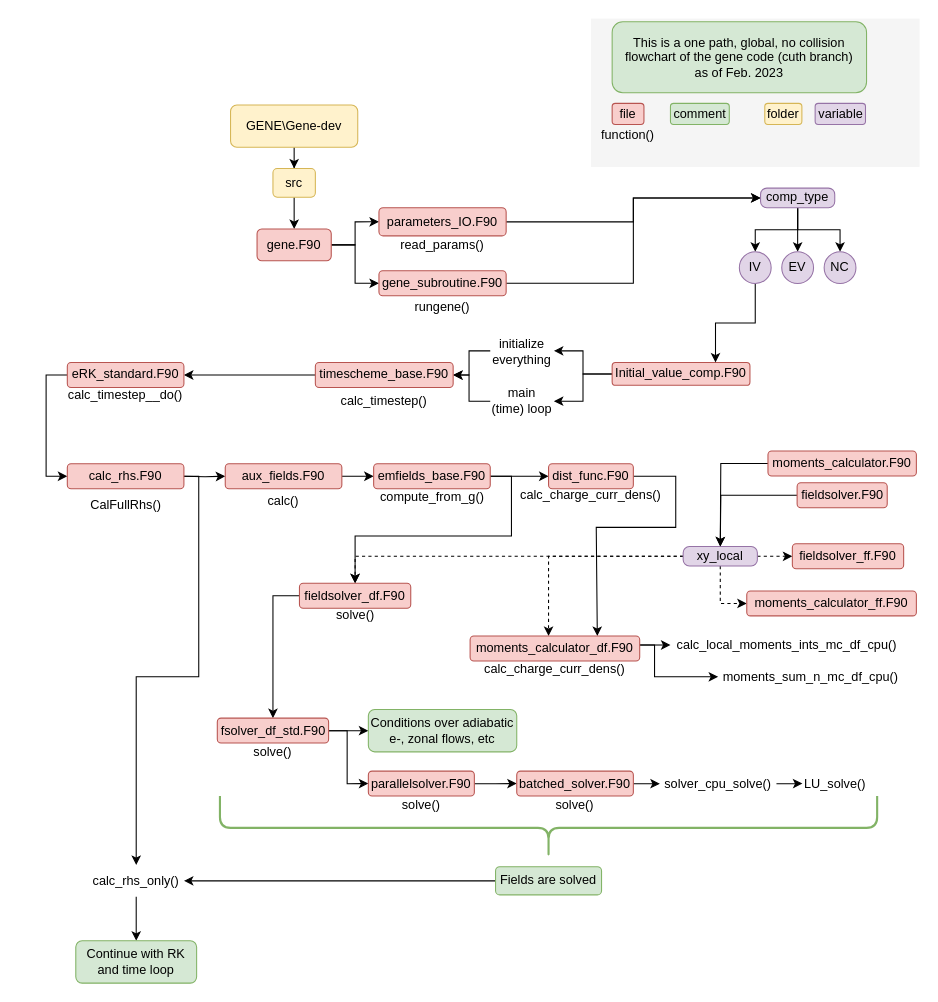
Above: Gene_flowchart.drawio in FM-Sheffield/Gene_Flowchart (draw.io), before the change. Source tidied: cells renumbered, new cells numbered last; positions are measured from the earlier drawing's top-left corner, leaving out a move shared by most shapes. Both pictures are drawn from the tidied source at 106%, with x=0, y=0 at pixel (46, 18). Pictures stored in the file or linked from it are replaced by grey dashed boxes.
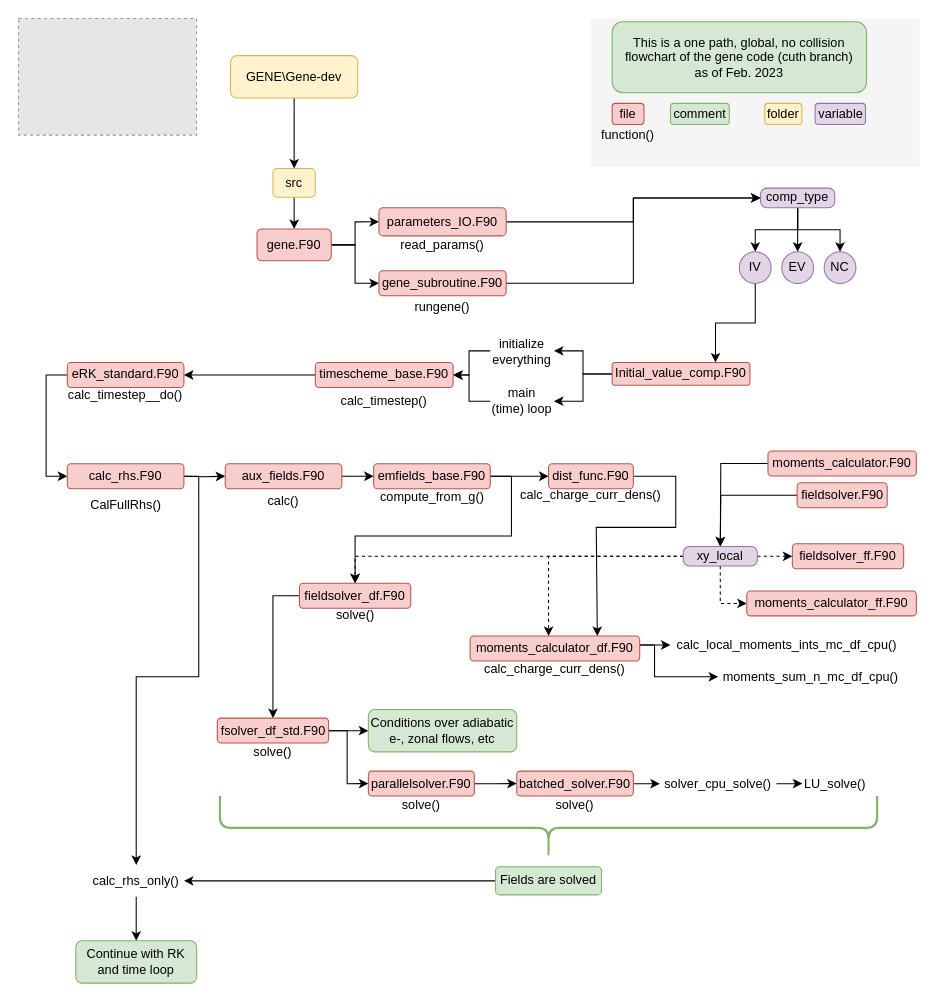
The same diagram, later.

Commit message:
Added GENE logo

Change to the diagram source:
```diff
@@
     <mxCell id="4" value="GENE\Gene-dev" style="rounded=1;whiteSpace=wrap;html=1;fontSize=12;glass=0;strokeWidth=1;shadow=0;fillColor=#fff2cc;strokeColor=#d6b656;" parent="1" vertex="1">
-      <mxGeometry x="174" y="81.5" width="120" height="40" as="geometry" />
+      <mxGeometry x="174" y="35" width="120" height="40" as="geometry" />
     </mxCell>
@@
+    <mxCell id="97" style="fillColor=#E6E6E6;strokeColor=#999999;dashed=1;verticalLabelPosition=bottom;labelBackgroundColor=default;verticalAlign=top;" parent="1" vertex="1">
+      <mxGeometry x="-26" width="167.9" height="110" as="geometry" />
+    </mxCell>
```
